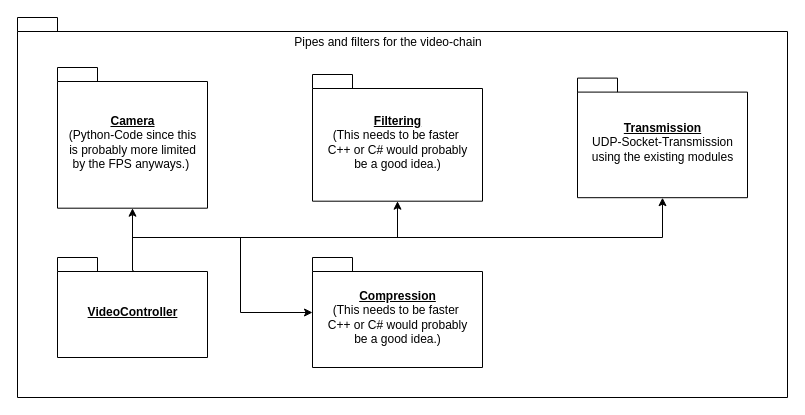
Uhgtred/HomeExplorer keeps this draw.io diagram as page "Page-1" (1 of 2) of Video/Architecture/Video_Architecture.drawio. Above is the earlier version. Source tidied: cells renumbered, new cells numbered last; positions are measured from the earlier drawing's top-left corner, leaving out a move shared by most shapes. Both pictures are drawn from the tidied source at 100%, with x=0, y=0 at pixel (17, 17).
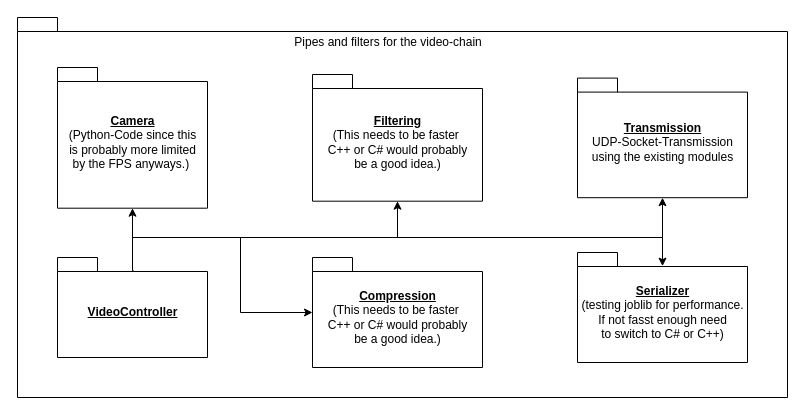
The same page after the edit.

The change refers to these unchanged cells:
```xml
<mxCell id="2" style="group;" parent="1" vertex="1">
  <mxGeometry width="770" height="380" as="geometry" />
</mxCell>
<mxCell id="12" value="&lt;u&gt;VideoController&lt;/u&gt;" style="shape=folder;fontStyle=1;spacingTop=10;tabWidth=40;tabHeight=14;tabPosition=left;html=1;" parent="2" vertex="1">
  <mxGeometry x="40" y="240" width="150" height="100" as="geometry" />
</mxCell>
```

What changed in the source:
```diff
@@
+    <mxCell id="14" style="edgeStyle=orthogonalEdgeStyle;rounded=0;jettySize=auto;html=1;entryX=0.5;entryY=0.124;entryDx=0;entryDy=0;entryPerimeter=0;" parent="2" edge="1" source="12" target="15">
+      <mxGeometry relative="1" as="geometry">
+        <Array as="points">
+          <mxPoint x="115" y="220" />
+          <mxPoint x="645" y="220" />
+        </Array>
+      </mxGeometry>
+    </mxCell>
@@
+    <mxCell id="15" value="&lt;u&gt;Serializer&lt;/u&gt;&lt;br&gt;&lt;span style=&quot;font-weight: normal;&quot;&gt;(testing joblib for performance.&lt;br&gt;If not fasst enough need&lt;br&gt;to switch to C# or C++)&lt;br&gt;&lt;/span&gt;" style="shape=folder;fontStyle=1;spacingTop=10;tabWidth=40;tabHeight=14;tabPosition=left;html=1;" parent="2" vertex="1">
+      <mxGeometry x="560" y="235" width="170" height="110" as="geometry" />
+    </mxCell>
```
